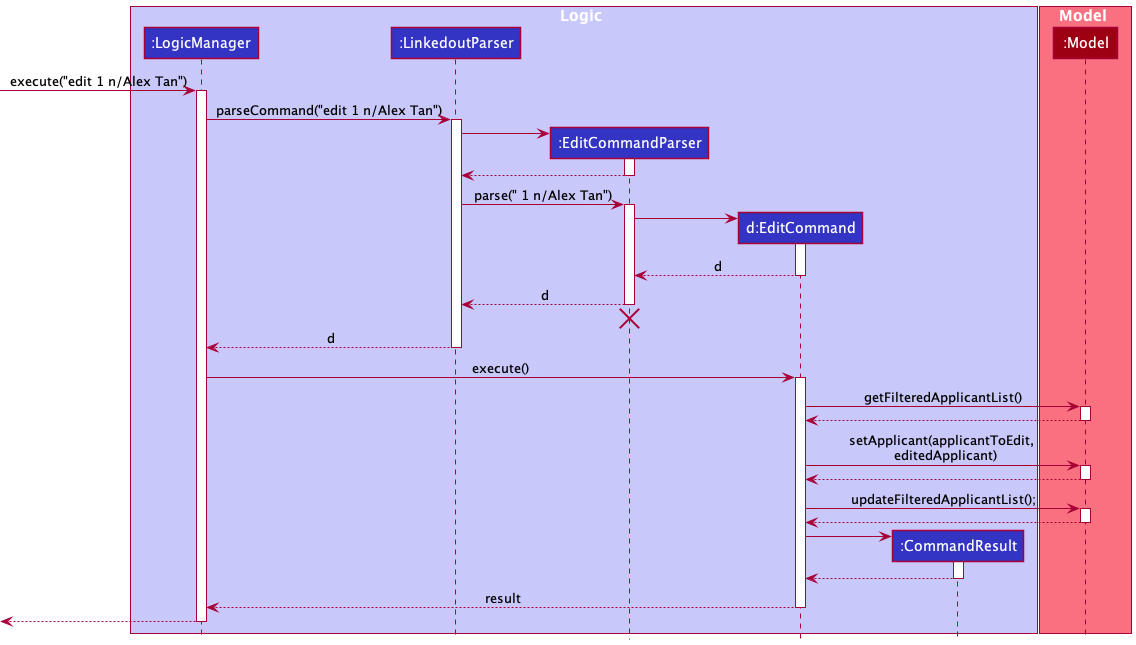
Earlier version of the PlantUML export docs/images/EditSequenceDiagram.png (zzhikai/tp). Its diagram source:
```plantuml
@startuml
!include style.puml

box Logic LOGIC_COLOR_T1
participant ":LogicManager" as LogicManager LOGIC_COLOR
participant ":LinkedoutParser" as LinkedoutParser LOGIC_COLOR
participant ":EditCommandParser" as EditCommandParser LOGIC_COLOR
participant "d:EditCommand" as EditCommand LOGIC_COLOR
participant ":CommandResult" as CommandResult LOGIC_COLOR
end box

box Model MODEL_COLOR_T1
participant ":Model" as Model MODEL_COLOR
end box

[-> LogicManager : execute("edit 1 n/Alex Tan")
activate LogicManager

LogicManager -> LinkedoutParser : parseCommand("edit 1 n/Alex Tan")
activate LinkedoutParser

create EditCommandParser
LinkedoutParser -> EditCommandParser
activate EditCommandParser

EditCommandParser --> LinkedoutParser
deactivate EditCommandParser

LinkedoutParser -> EditCommandParser : parse(" 1 n/Alex Tan")
activate EditCommandParser

create EditCommand
EditCommandParser -> EditCommand
activate EditCommand

EditCommand --> EditCommandParser : d
deactivate EditCommand

EditCommandParser --> LinkedoutParser : d
deactivate EditCommandParser
EditCommandParser -[hidden]-> LinkedoutParser
destroy EditCommandParser

LinkedoutParser --> LogicManager : d
deactivate LinkedoutParser

LogicManager -> EditCommand : execute()
activate EditCommand

EditCommand -> Model : getFilteredApplicantList()
activate Model

Model --> EditCommand
deactivate Model

EditCommand -> Model : setApplicant(applicantToEdit, \n editedApplicant)
activate Model

Model --> EditCommand
deactivate Model

EditCommand -> Model : updateFilteredApplicantList();
activate Model

Model --> EditCommand
deactivate Model

create CommandResult
EditCommand -> CommandResult
activate CommandResult

CommandResult --> EditCommand
deactivate CommandResult

EditCommand --> LogicManager : result
deactivate EditCommand

[<--LogicManager
deactivate LogicManager
@enduml
```
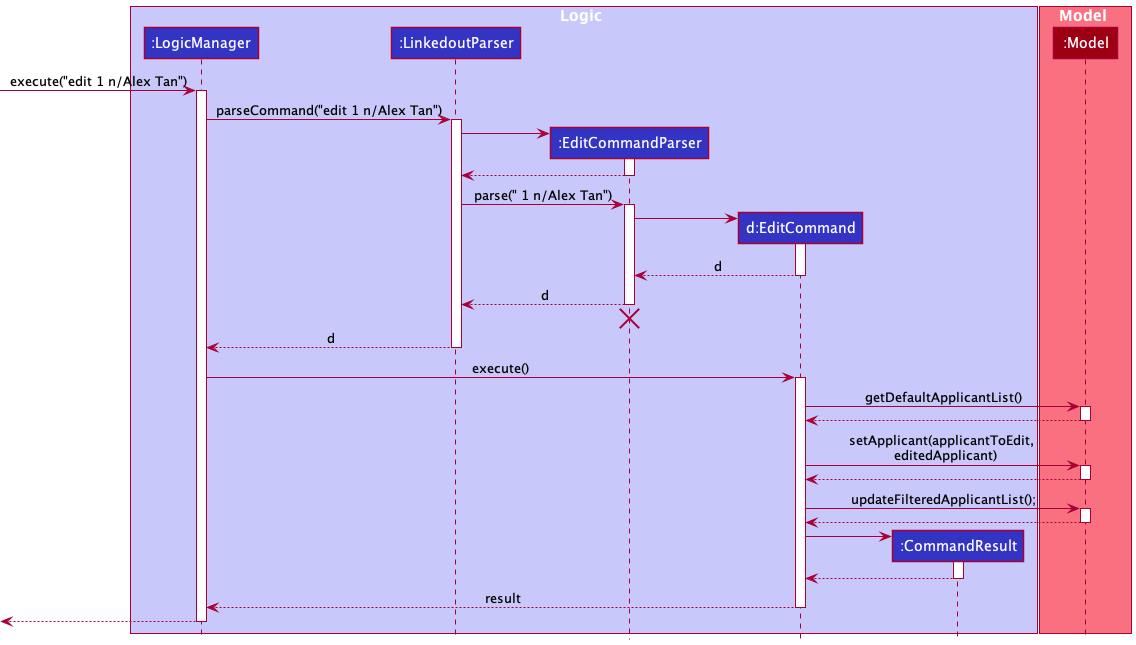
Above is the later version.

Commit message:
update edit command sequence diagram

Change to the diagram source:
```diff
@@ -47,7 +47,7 @@
 LogicManager -> EditCommand : execute()
 activate EditCommand
 
-EditCommand -> Model : getFilteredApplicantList()
+EditCommand -> Model : getDefaultApplicantList()
 activate Model
 
 Model --> EditCommand
```
